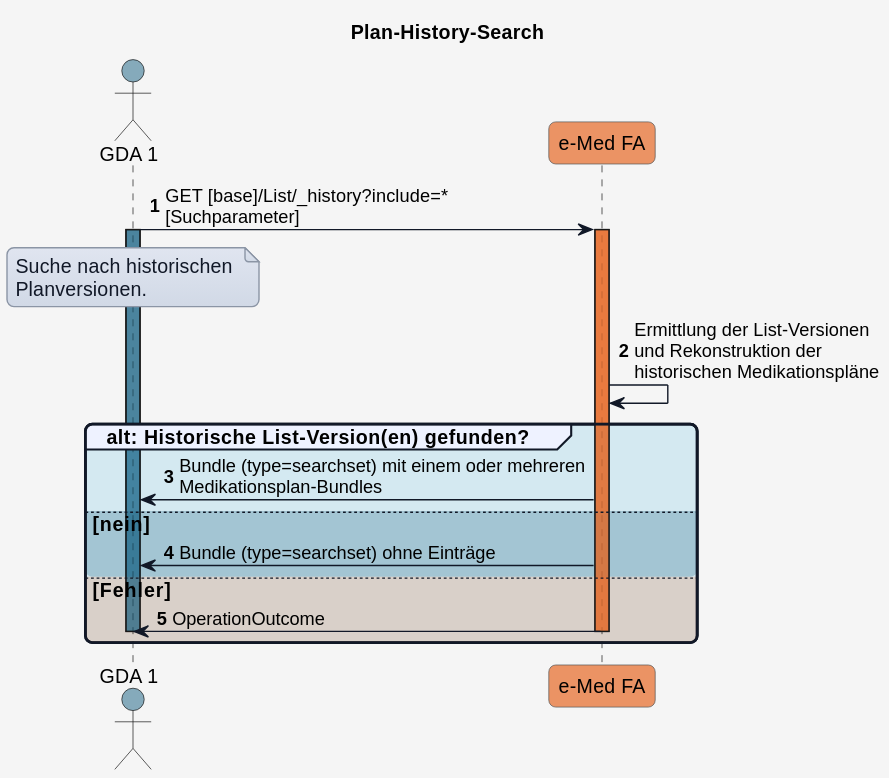
The PlantUML diagram r4-ELGA-e-Medikation-main/plantuml/UC_eMed_01_02.svg in HL7Austria/hl7austria.github.io, before a commit.
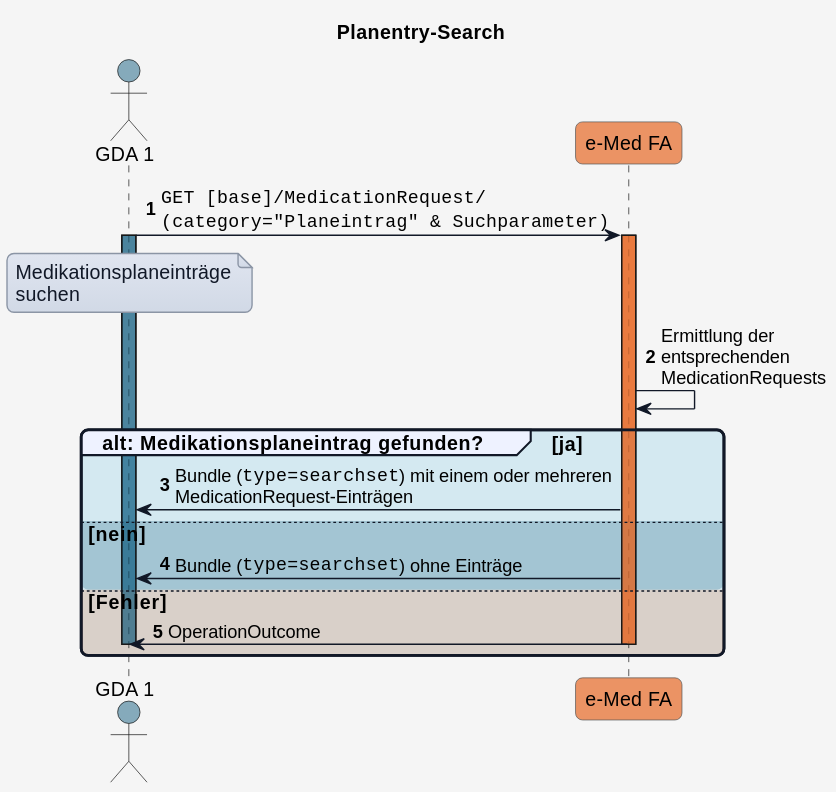
Later version of the same file.

What changed in the source:
```diff
@@ -1,6 +1,5 @@
 @startuml
-title Plan-History-Search
-
+title Planentry-Search
 
 skinparam borderColor #000000
 skinparam backgroundColor #f5f5f5
@@ -40,42 +39,39 @@
 }
 
 !define COLOR_GDA_1    #15608280
-!define COLOR_GDA_2    #96607D80
 !define COLOR_PATIENT  #196B2480
-!define COLOR_APO      #0F9ED590
 !define COLOR_EMED_FA  #e97232bd
-!define COLOR_E_REZEPT #cd3732a9
 
 !define COLOR_OK       #0F9ED525
 !define COLOR_OK_2     #34738d4e
 !define COLOR_ERROR    #E9713235
 
-
 actor GDA_1 as "GDA 1" COLOR_GDA_1
 participant eMed_FA as "e-Med FA" COLOR_EMED_FA
 
-
 autonumber
 
-GDA_1 -> eMed_FA: GET [base]/List/_history?include=*\n[Suchparameter]
+GDA_1 -> eMed_FA: ""GET [base]/MedicationRequest/""\n""(category="Planeintrag" & Suchparameter)""
 activate GDA_1 COLOR_GDA_1
 
 note over GDA_1
-Suche nach historischen
-Planversionen.
+Medikationsplaneinträge
+suchen
 end note
 
+activate eMed_FA COLOR_EMED_FA
+eMed_FA -> eMed_FA: Ermittlung der\nentsprechenden\nMedicationRequests
 
-activate eMed_FA COLOR_EMED_FA
-eMed_FA -> eMed_FA: Ermittlung der List-Versionen\nund Rekonstruktion der\nhistorischen Medikationspläne
-
-group COLOR_OK alt: Historische List-Version(en) gefunden?
-  eMed_FA -> GDA_1: Bundle (type=searchset) mit einem oder mehreren\nMedikationsplan-Bundles
+group COLOR_OK alt: Medikationsplaneintrag gefunden? [ja]
+  eMed_FA -> GDA_1: Bundle (""type=searchset"") mit einem oder mehreren\nMedicationRequest-Einträgen
 else COLOR_OK_2 nein
-  eMed_FA -> GDA_1: Bundle (type=searchset) ohne Einträge
+  eMed_FA -> GDA_1: Bundle (""type=searchset"") ohne Einträge
 else COLOR_ERROR Fehler
   eMed_FA -> GDA_1: OperationOutcome
   deactivate GDA_1
   deactivate eMed_FA
 end
+
+deactivate GDA_1
+deactivate eMed_FA
 @enduml
```
